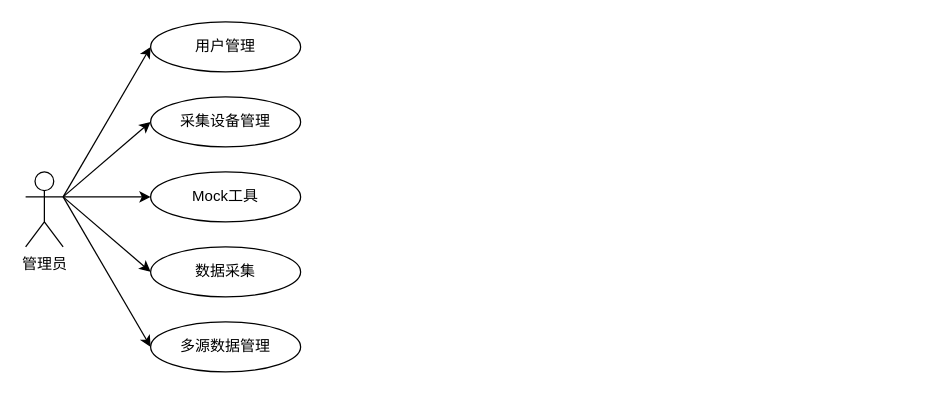
Earlier version of the draw.io diagram 用例图.drawio (Thesis7/review--master). Source tidied: cells renumbered, new cells numbered last; positions are measured from the earlier drawing's top-left corner, leaving out a move shared by most shapes. Both pictures are drawn from the tidied source at 125%, with x=0, y=0 at pixel (25, 21).
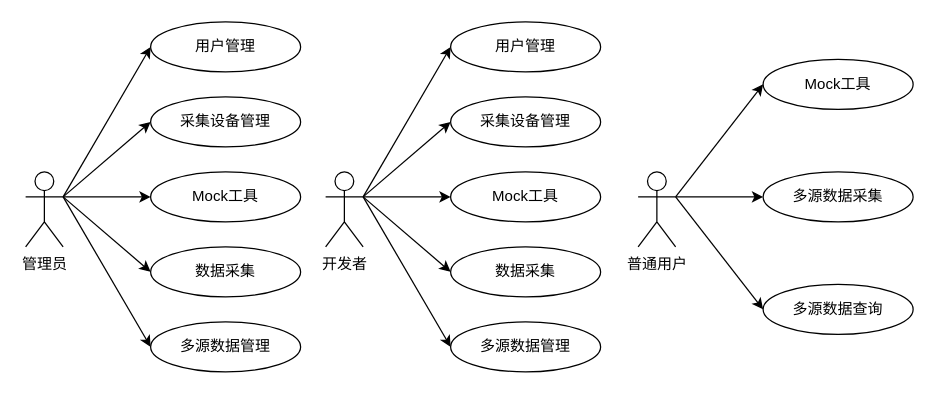
The same page after the edit.

Commit message (it also covers changes not shown here):
更新用例图.drawio

What changed in the source:
```diff
@@
+    <mxCell id="13" style="rounded=0;jettySize=auto;html=1;exitX=1;exitY=0.3333333333333333;exitDx=0;exitDy=0;exitPerimeter=0;entryX=0;entryY=0.5;entryDx=0;entryDy=0;" parent="1" edge="1" source="18" target="19">
+      <mxGeometry relative="1" as="geometry" />
+    </mxCell>
+    <mxCell id="14" style="rounded=0;jettySize=auto;html=1;exitX=1;exitY=0.3333333333333333;exitDx=0;exitDy=0;exitPerimeter=0;entryX=0;entryY=0.5;entryDx=0;entryDy=0;" parent="1" edge="1" source="18" target="20">
+      <mxGeometry relative="1" as="geometry" />
+    </mxCell>
+    <mxCell id="15" style="rounded=0;jettySize=auto;html=1;exitX=1;exitY=0.3333333333333333;exitDx=0;exitDy=0;exitPerimeter=0;entryX=0;entryY=0.5;entryDx=0;entryDy=0;" parent="1" edge="1" source="18" target="21">
+      <mxGeometry relative="1" as="geometry" />
+    </mxCell>
+    <mxCell id="16" style="rounded=0;jettySize=auto;html=1;exitX=1;exitY=0.3333333333333333;exitDx=0;exitDy=0;exitPerimeter=0;entryX=0;entryY=0.5;entryDx=0;entryDy=0;" parent="1" edge="1" source="18" target="22">
+      <mxGeometry relative="1" as="geometry" />
+    </mxCell>
+    <mxCell id="17" style="rounded=0;jettySize=auto;html=1;exitX=1;exitY=0.3333333333333333;exitDx=0;exitDy=0;exitPerimeter=0;entryX=0;entryY=0.5;entryDx=0;entryDy=0;" parent="1" edge="1" source="18" target="23">
+      <mxGeometry relative="1" as="geometry" />
+    </mxCell>
+    <mxCell id="18" value="开发者" style="shape=umlActor;verticalLabelPosition=bottom;verticalAlign=top;html=1;outlineConnect=0;" parent="1" vertex="1">
+      <mxGeometry x="240" y="120" width="30" height="60" as="geometry" />
+    </mxCell>
+    <mxCell id="19" value="用户管理" style="ellipse;whiteSpace=wrap;html=1;" parent="1" vertex="1">
+      <mxGeometry x="340" width="120" height="40" as="geometry" />
+    </mxCell>
+    <mxCell id="20" value="采集设备管理" style="ellipse;whiteSpace=wrap;html=1;" parent="1" vertex="1">
+      <mxGeometry x="340" y="60" width="120" height="40" as="geometry" />
+    </mxCell>
+    <mxCell id="21" value="Mock工具" style="ellipse;whiteSpace=wrap;html=1;" parent="1" vertex="1">
+      <mxGeometry x="340" y="120" width="120" height="40" as="geometry" />
+    </mxCell>
+    <mxCell id="22" value="数据采集" style="ellipse;whiteSpace=wrap;html=1;" parent="1" vertex="1">
+      <mxGeometry x="340" y="180" width="120" height="40" as="geometry" />
+    </mxCell>
+    <mxCell id="23" value="多源数据管理" style="ellipse;whiteSpace=wrap;html=1;" parent="1" vertex="1">
+      <mxGeometry x="340" y="240" width="120" height="40" as="geometry" />
+    </mxCell>
+    <mxCell id="24" style="rounded=0;jettySize=auto;html=1;exitX=1;exitY=0.3333333333333333;exitDx=0;exitDy=0;exitPerimeter=0;entryX=0;entryY=0.5;entryDx=0;entryDy=0;" parent="1" edge="1" source="27" target="28">
+      <mxGeometry relative="1" as="geometry" />
+    </mxCell>
+    <mxCell id="25" style="rounded=0;jettySize=auto;html=1;exitX=1;exitY=0.3333333333333333;exitDx=0;exitDy=0;exitPerimeter=0;entryX=0;entryY=0.5;entryDx=0;entryDy=0;" parent="1" edge="1" source="27" target="29">
+      <mxGeometry relative="1" as="geometry" />
+    </mxCell>
+    <mxCell id="26" style="rounded=0;jettySize=auto;html=1;exitX=1;exitY=0.3333333333333333;exitDx=0;exitDy=0;exitPerimeter=0;entryX=0;entryY=0.5;entryDx=0;entryDy=0;" parent="1" edge="1" source="27" target="30">
+      <mxGeometry relative="1" as="geometry" />
+    </mxCell>
+    <mxCell id="27" value="普通用户" style="shape=umlActor;verticalLabelPosition=bottom;verticalAlign=top;html=1;outlineConnect=0;" parent="1" vertex="1">
+      <mxGeometry x="490" y="120" width="30" height="60" as="geometry" />
+    </mxCell>
+    <mxCell id="28" value="Mock工具" style="ellipse;whiteSpace=wrap;html=1;" parent="1" vertex="1">
+      <mxGeometry x="590" y="30" width="120" height="40" as="geometry" />
+    </mxCell>
+    <mxCell id="29" value="多源数据采集" style="ellipse;whiteSpace=wrap;html=1;" parent="1" vertex="1">
+      <mxGeometry x="590" y="120" width="120" height="40" as="geometry" />
+    </mxCell>
+    <mxCell id="30" value="多源数据查询" style="ellipse;whiteSpace=wrap;html=1;" parent="1" vertex="1">
+      <mxGeometry x="590" y="210" width="120" height="40" as="geometry" />
+    </mxCell>
```
